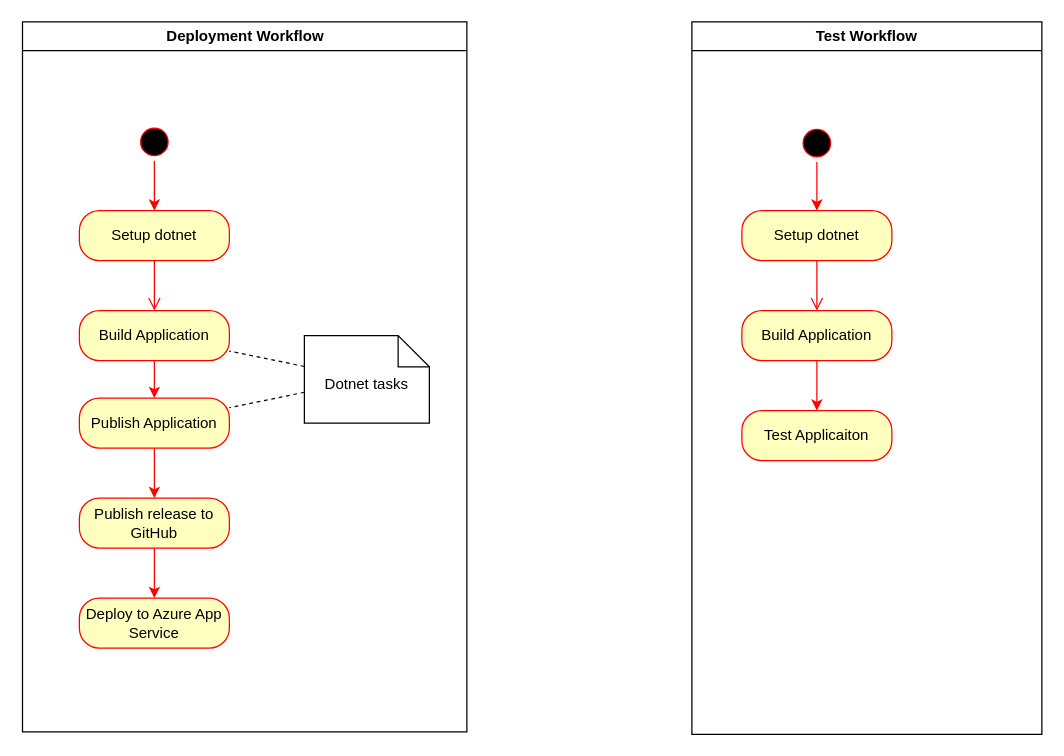
ITU-BDSA23-GROUP21/Chirp keeps this draw.io diagram as docs/diagrams/WorkflowActivity.drawio. Above is the earlier version. Source tidied: cells renumbered, new cells numbered last; positions are measured from the earlier drawing's top-left corner, leaving out a move shared by most shapes. Both pictures are drawn from the tidied source at 125%, with x=0, y=0 at pixel (21, 21).
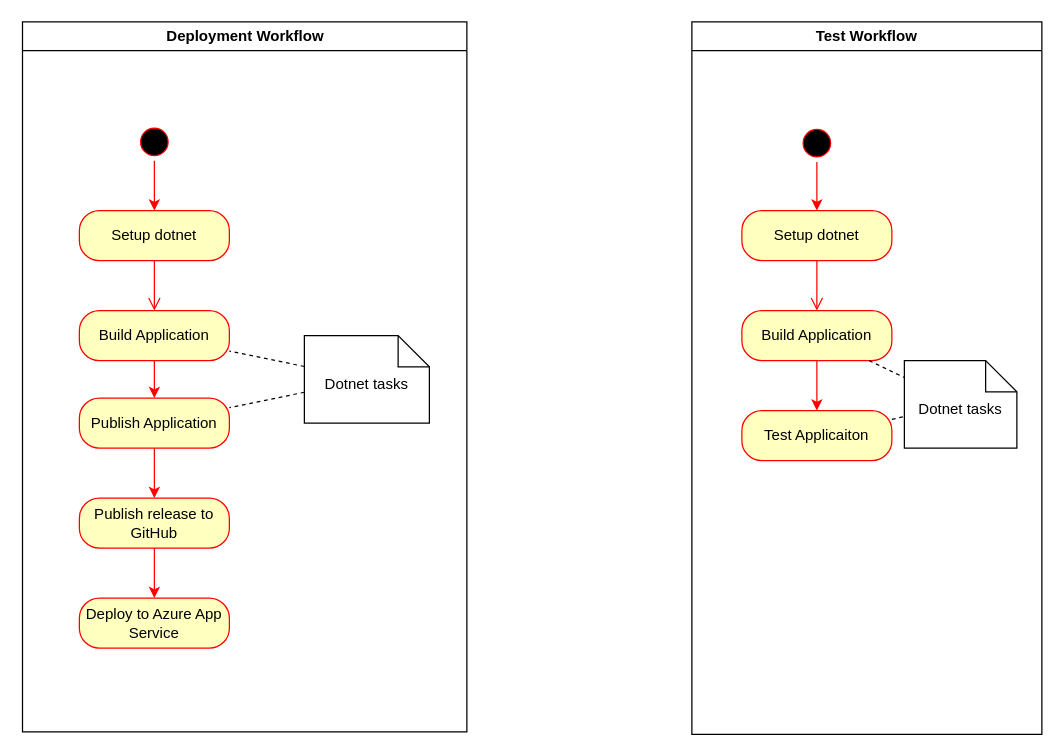
After the change.

The change refers to these unchanged cells:
```xml
<mxCell id="17" value="Test Workflow" style="swimlane;whiteSpace=wrap;fillColor=default;" parent="1" vertex="1">
  <mxGeometry x="536" width="280" height="570" as="geometry" />
</mxCell>
<mxCell id="21" value="Build Application" style="rounded=1;whiteSpace=wrap;html=1;arcSize=40;fontColor=#000000;fillColor=#ffffc0;strokeColor=#ff0000;" parent="17" vertex="1">
  <mxGeometry x="40" y="231" width="120" height="40" as="geometry" />
</mxCell>
<mxCell id="24" value="Test Applicaiton" style="rounded=1;whiteSpace=wrap;html=1;arcSize=40;fontColor=#000000;fillColor=#ffffc0;strokeColor=#ff0000;" parent="17" vertex="1">
  <mxGeometry x="40" y="311" width="120" height="40" as="geometry" />
</mxCell>
```

Diff of the diagram source:
```diff
@@
+    <mxCell id="25" value="Dotnet tasks" style="shape=note2;boundedLbl=1;whiteSpace=wrap;html=1;size=25;verticalAlign=top;align=center;" parent="17" vertex="1">
+      <mxGeometry x="170" y="271" width="90" height="70" as="geometry" />
+    </mxCell>
+    <mxCell id="26" style="endArrow=none;dashed=1;html=1;rounded=0;" parent="17" edge="1" source="21" target="25">
+      <mxGeometry relative="1" as="geometry" />
+    </mxCell>
+    <mxCell id="27" style="endArrow=none;dashed=1;html=1;rounded=0;" parent="17" edge="1" source="24" target="25">
+      <mxGeometry relative="1" as="geometry" />
+    </mxCell>
```
